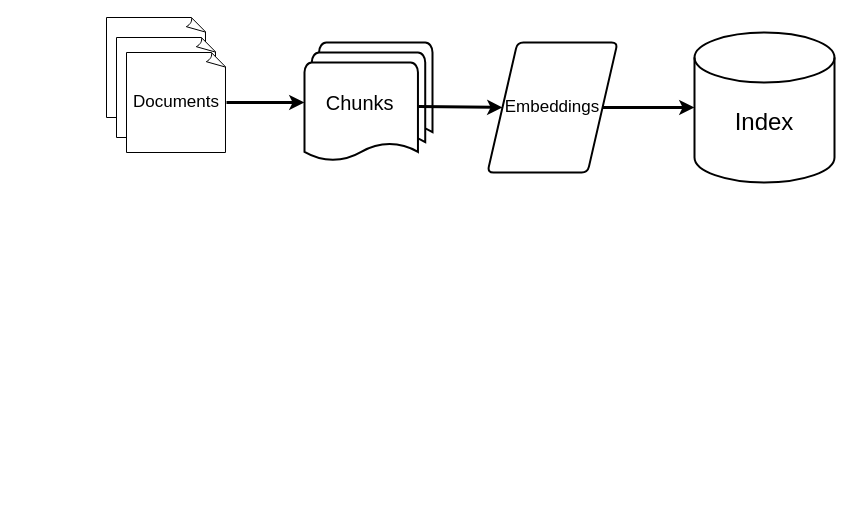
Before: RAG-Ingestion.drawio in chnoack/diagrams, a draw.io diagram. Source tidied: cells renumbered, new cells numbered last; positions are measured from the earlier drawing's top-left corner, leaving out a move shared by most shapes. Both pictures are drawn from the tidied source at 100%, with x=0, y=0 at pixel (106, 17). Pictures stored in the file or linked from it are replaced by grey dashed boxes.
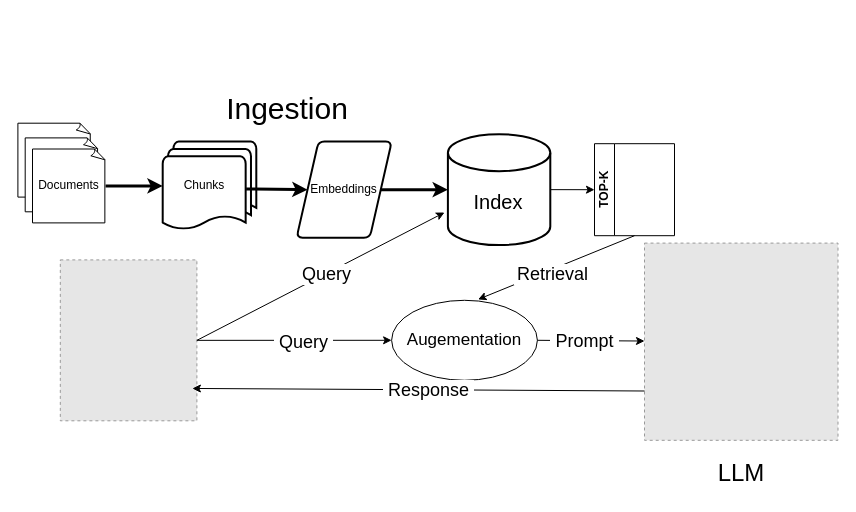
The same page after the edit.

The edit, as a diff of the source:
```diff
@@
     <mxCell id="2" style="whiteSpace=wrap;html=1;shape=mxgraph.basic.document;" parent="1" vertex="1">
-      <mxGeometry width="100" height="100" as="geometry" />
+      <mxGeometry x="-88.6" y="105.7" width="73.1" height="73.9" as="geometry" />
     </mxCell>
     <mxCell id="3" style="whiteSpace=wrap;html=1;shape=mxgraph.basic.document;" parent="1" vertex="1">
-      <mxGeometry x="10" y="20" width="100" height="100" as="geometry" />
+      <mxGeometry x="-81.3" y="120.4" width="73.1" height="73.9" as="geometry" />
     </mxCell>
-    <mxCell id="4" value="&lt;font style=&quot;font-size: 17px;&quot;&gt;Documents&lt;/font&gt;" style="whiteSpace=wrap;html=1;shape=mxgraph.basic.document;" parent="1" vertex="1">
-      <mxGeometry x="20" y="35" width="100" height="100" as="geometry" />
+    <mxCell id="4" value="&lt;font&gt;Documents&lt;/font&gt;" style="whiteSpace=wrap;html=1;shape=mxgraph.basic.document;" parent="1" vertex="1">
+      <mxGeometry x="-74" y="131.5" width="73.1" height="73.9" as="geometry" />
     </mxCell>
-    <mxCell id="5" value="&lt;div align=&quot;center&quot;&gt;&lt;font style=&quot;font-size: 20px;&quot;&gt;Chunks&amp;nbsp; &amp;nbsp;&lt;/font&gt;&lt;/div&gt;" style="strokeWidth=2;html=1;shape=mxgraph.flowchart.multi-document;whiteSpace=wrap;align=center;" parent="1" vertex="1">
-      <mxGeometry x="198" y="25" width="128" height="120" as="geometry" />
+    <mxCell id="5" value="&lt;div align=&quot;center&quot;&gt;&lt;font&gt;Chunks&amp;nbsp; &amp;nbsp;&lt;/font&gt;&lt;/div&gt;" style="strokeWidth=2;html=1;shape=mxgraph.flowchart.multi-document;whiteSpace=wrap;align=center;" parent="1" vertex="1">
+      <mxGeometry x="56.2" y="124.1" width="93.6" height="88.7" as="geometry" />
     </mxCell>
-    <mxCell id="6" value="&lt;font style=&quot;font-size: 17px;&quot;&gt;Embeddings&lt;/font&gt;" style="shape=parallelogram;html=1;strokeWidth=2;perimeter=parallelogramPerimeter;whiteSpace=wrap;rounded=1;arcSize=12;size=0.23;" parent="1" vertex="1">
-      <mxGeometry x="381" y="25" width="130" height="130" as="geometry" />
+    <mxCell id="6" value="&lt;font&gt;Embeddings&lt;/font&gt;" style="shape=parallelogram;html=1;strokeWidth=2;perimeter=parallelogramPerimeter;whiteSpace=wrap;rounded=1;arcSize=12;size=0.23;" parent="1" vertex="1">
+      <mxGeometry x="190.1" y="124.1" width="95.1" height="96.1" as="geometry" />
     </mxCell>
-    <mxCell id="7" value="&lt;font style=&quot;font-size: 24px;&quot;&gt;&lt;br&gt;Index&lt;/font&gt;" style="strokeWidth=2;html=1;shape=mxgraph.flowchart.database;whiteSpace=wrap;" parent="1" vertex="1">
-      <mxGeometry x="588" y="15" width="140" height="150" as="geometry" />
+    <mxCell id="7" value="&lt;font style=&quot;font-size: 20px;&quot;&gt;&lt;br&gt;Index&lt;/font&gt;" style="strokeWidth=2;html=1;shape=mxgraph.flowchart.database;whiteSpace=wrap;" parent="1" vertex="1">
+      <mxGeometry x="341.4" y="116.7" width="102.4" height="110.9" as="geometry" />
     </mxCell>
     <mxCell id="8" style="endArrow=classic;html=1;rounded=0;exitX=1;exitY=0.5;exitDx=0;exitDy=0;exitPerimeter=0;entryX=0;entryY=0.5;entryDx=0;entryDy=0;entryPerimeter=0;strokeWidth=3;" parent="1" edge="1" source="4" target="5">
       <mxGeometry relative="1" as="geometry">
         <Array as="points">
-          <mxPoint x="158" y="85" />
+          <mxPoint x="27" y="168.5" />
         </Array>
       </mxGeometry>
     </mxCell>
@@
+    <mxCell id="11" value="&lt;font style=&quot;font-size: 30px;&quot;&gt;Ingestion&lt;/font&gt;" style="text;html=1;whiteSpace=wrap;strokeColor=none;fillColor=none;align=center;verticalAlign=middle;rounded=0;" parent="1" vertex="1">
+      <mxGeometry x="123.5" y="65" width="114.1" height="51.7" as="geometry" />
+    </mxCell>
+    <mxCell id="12" style="fillColor=#E6E6E6;strokeColor=#999999;dashed=1;verticalLabelPosition=bottom;labelBackgroundColor=default;verticalAlign=top;" parent="1" vertex="1">
+      <mxGeometry x="-46.2" y="242.4" width="136.6" height="160.9" as="geometry" />
+    </mxCell>
+    <mxCell id="13" value="TOP-K" style="swimlane;horizontal=0;whiteSpace=wrap;html=1;startSize=20;" parent="1" vertex="1">
+      <mxGeometry x="488" y="126.2" width="80" height="92" as="geometry" />
+    </mxCell>
+    <mxCell id="14" style="fillColor=#E6E6E6;strokeColor=#999999;dashed=1;verticalLabelPosition=bottom;labelBackgroundColor=default;verticalAlign=top;" parent="1" vertex="1">
+      <mxGeometry x="538" y="225.6" width="193.5" height="197.2" as="geometry" />
+    </mxCell>
+    <mxCell id="15" style="endArrow=classic;html=1;rounded=0;exitX=1;exitY=0.5;exitDx=0;exitDy=0;exitPerimeter=0;entryX=0;entryY=0.5;entryDx=0;entryDy=0;" parent="1" edge="1" source="7" target="13">
+      <mxGeometry relative="1" as="geometry" />
+    </mxCell>
+    <mxCell id="16" style="endArrow=classic;html=1;rounded=0;exitX=1;exitY=0.5;exitDx=0;exitDy=0;" parent="1" edge="1" source="12">
+      <mxGeometry relative="1" as="geometry">
+        <mxPoint x="338" y="195" as="targetPoint" />
+      </mxGeometry>
+    </mxCell>
+    <mxCell id="17" value="&amp;nbsp;&lt;font style=&quot;font-size: 18px;&quot;&gt;Query&lt;/font&gt;&amp;nbsp;" style="edgeLabel;html=1;align=center;verticalAlign=middle;" parent="16" vertex="1">
+      <mxGeometry x="0.05" y="-1" relative="1" as="geometry">
+        <mxPoint x="-1" as="offset" />
+      </mxGeometry>
+    </mxCell>
+    <mxCell id="18" value="&lt;font style=&quot;font-size: 18px;&quot;&gt;&amp;nbsp;Query&amp;nbsp;&lt;/font&gt;" style="endArrow=classic;html=1;rounded=0;exitX=1;exitY=0.5;exitDx=0;exitDy=0;entryX=0;entryY=0.5;entryDx=0;entryDy=0;" parent="1" edge="1" source="12" target="19">
+      <mxGeometry x="0.1" y="-2" relative="1" as="geometry" />
+    </mxCell>
+    <mxCell id="19" value="&lt;font style=&quot;font-size: 17px;&quot;&gt;Augementation&lt;/font&gt;" style="ellipse;whiteSpace=wrap;html=1;" parent="1" vertex="1">
+      <mxGeometry x="285.1" y="282.8" width="145.8" height="80" as="geometry" />
+    </mxCell>
+    <mxCell id="20" style="endArrow=classic;html=1;rounded=0;exitX=0.5;exitY=1;exitDx=0;exitDy=0;entryX=0.593;entryY=-0.011;entryDx=0;entryDy=0;entryPerimeter=0;" parent="1" edge="1" source="13" target="19">
+      <mxGeometry relative="1" as="geometry" />
+    </mxCell>
+    <mxCell id="21" value="&amp;nbsp;&lt;font style=&quot;font-size: 18px;&quot;&gt;Retrieval&lt;/font&gt;&amp;nbsp;" style="edgeLabel;html=1;align=center;verticalAlign=middle;" parent="20" vertex="1">
+      <mxGeometry x="0.08" y="4" relative="1" as="geometry" />
+    </mxCell>
+    <mxCell id="22" style="endArrow=classic;html=1;rounded=0;exitX=1;exitY=0.5;exitDx=0;exitDy=0;" parent="1" edge="1" source="19" target="14">
+      <mxGeometry relative="1" as="geometry" />
+    </mxCell>
+    <mxCell id="23" value="&lt;font style=&quot;font-size: 18px;&quot;&gt;&amp;nbsp;&lt;font&gt;Prompt&amp;nbsp;&lt;/font&gt;&lt;/font&gt;" style="edgeLabel;html=1;align=center;verticalAlign=middle;" parent="22" vertex="1">
+      <mxGeometry x="-0.57" y="-2" relative="1" as="geometry">
+        <mxPoint x="24" y="-1" as="offset" />
+      </mxGeometry>
+    </mxCell>
+    <mxCell id="24" style="endArrow=classic;html=1;rounded=0;exitX=0;exitY=0.75;exitDx=0;exitDy=0;entryX=0.967;entryY=0.799;entryDx=0;entryDy=0;entryPerimeter=0;" parent="1" edge="1" source="14" target="12">
+      <mxGeometry relative="1" as="geometry" />
+    </mxCell>
+    <mxCell id="25" value="&lt;font style=&quot;font-size: 18px;&quot;&gt;&amp;nbsp;&lt;font&gt;Response&amp;nbsp;&lt;/font&gt;&lt;/font&gt;" style="edgeLabel;html=1;align=center;verticalAlign=middle;" parent="24" vertex="1">
+      <mxGeometry x="-0.04" relative="1" as="geometry" />
+    </mxCell>
+    <mxCell id="26" value="&lt;font style=&quot;font-size: 24px;&quot;&gt;LLM&lt;/font&gt;" style="text;html=1;whiteSpace=wrap;strokeColor=none;fillColor=none;align=center;verticalAlign=middle;rounded=0;" parent="1" vertex="1">
+      <mxGeometry x="594.6" y="435" width="80.3" height="42.2" as="geometry" />
+    </mxCell>
```
